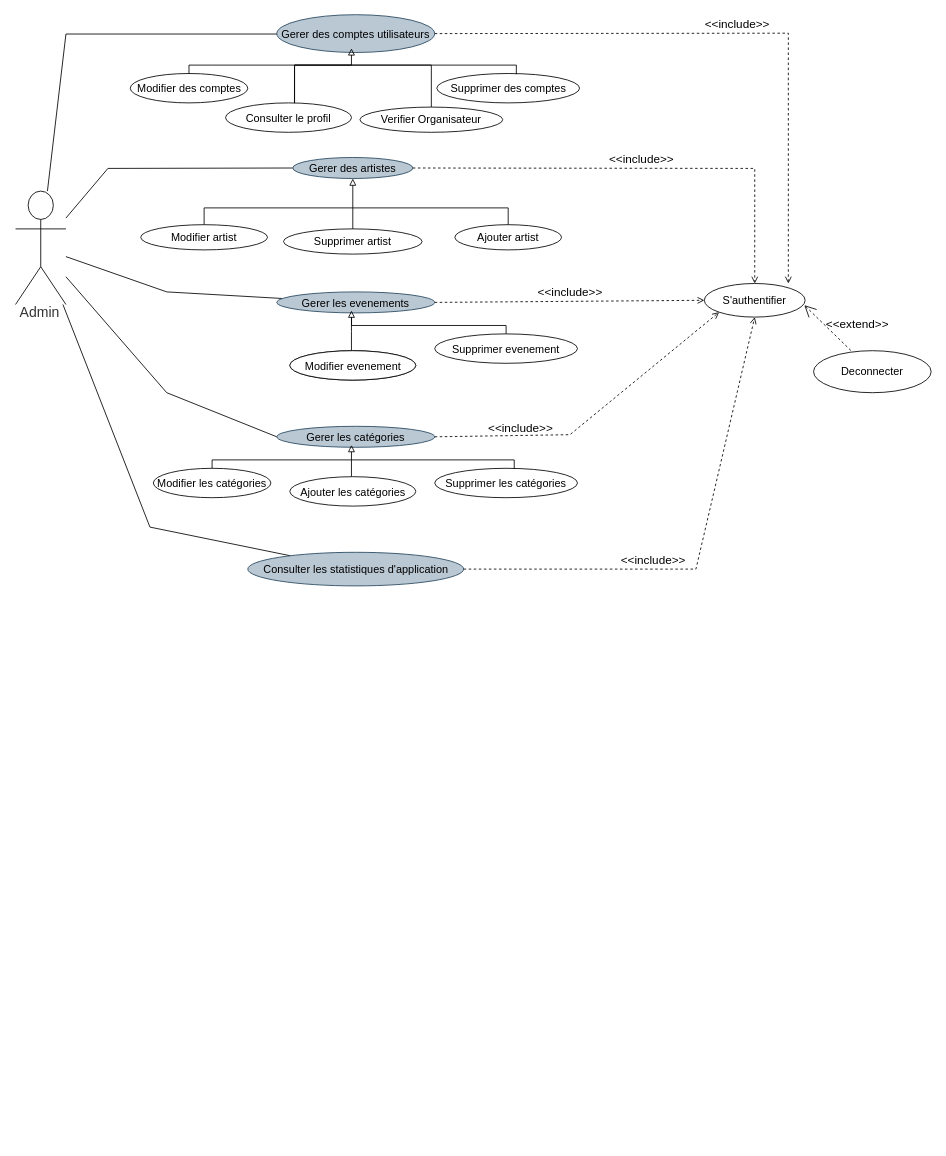
Earlier version of the draw.io diagram Diagram de cas utilisation/5-Admin_Vf.drawio (mohamedimem/event-). Source tidied: cells renumbered, new cells numbered last; positions are measured from the earlier drawing's top-left corner, leaving out a move shared by most shapes. Both pictures are drawn from the tidied source at 84%, with x=0, y=0 at pixel (15, 14).
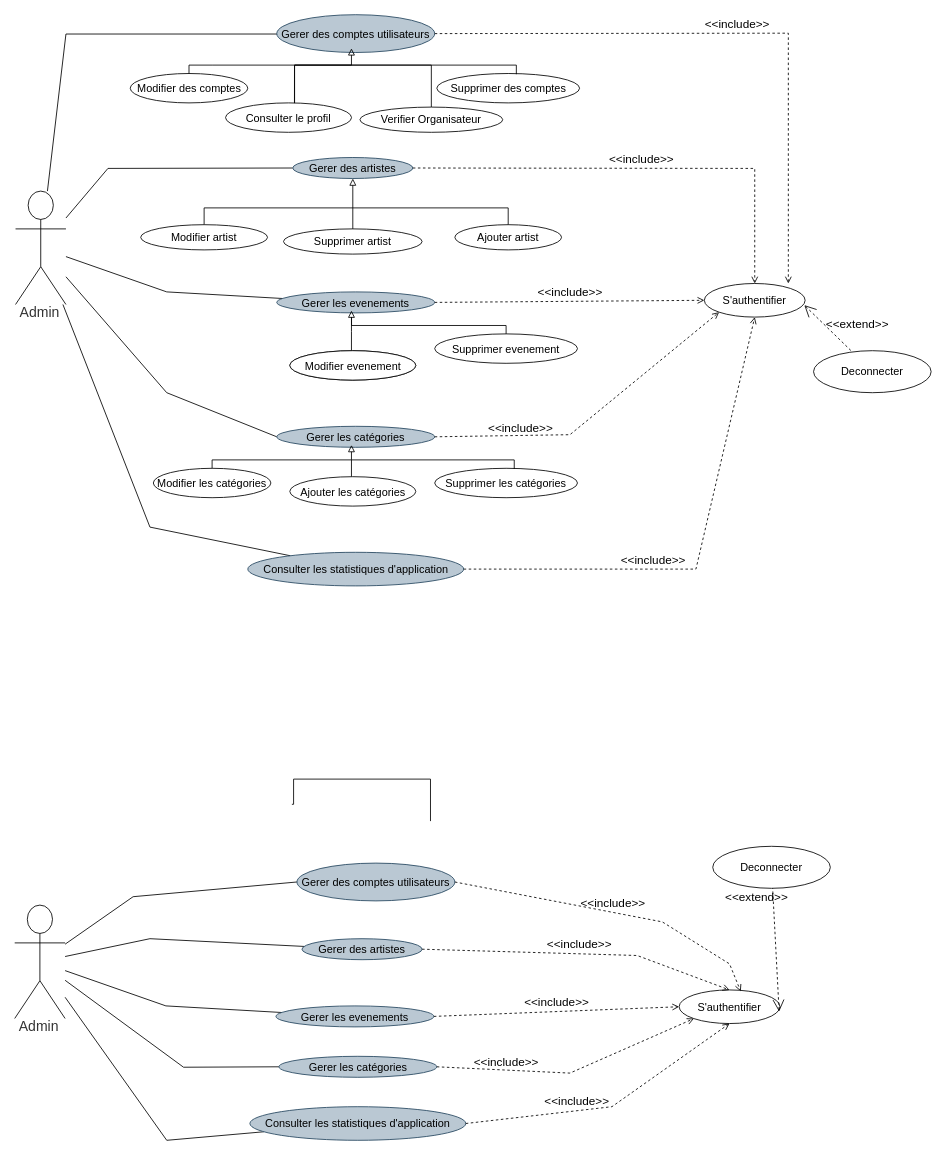
The same page after the edit.

Commit message:
Mettre à jour 5-Admin_Vf.drawio

What changed in the source:
```diff
@@
+    <mxCell id="43" style="edgeStyle=none;rounded=0;jettySize=auto;html=1;fontSize=14;endArrow=none;endFill=0;entryX=0;entryY=0.5;entryDx=0;entryDy=0;" parent="1" edge="1" source="44" target="45">
+      <mxGeometry relative="1" as="geometry">
+        <Array as="points">
+          <mxPoint x="140" y="1050" />
+        </Array>
+      </mxGeometry>
+    </mxCell>
+    <mxCell id="44" value="Admin" style="html=1;overflow=block;blockSpacing=1;shape=umlActor;labelPosition=center;verticalLabelPosition=bottom;verticalAlign=top;whiteSpace=nowrap;fontSize=16.7;fontColor=#333333;align=center;spacing=0;strokeColor=#000000;strokeOpacity=100;rounded=1;absoluteArcSize=1;arcSize=9;strokeWidth=1;lucidId=TCmtfz8hAuSR;" parent="1" vertex="1">
+      <mxGeometry x="-1" y="1060" width="60" height="135" as="geometry" />
+    </mxCell>
+    <mxCell id="45" value="Gerer des comptes utilisateurs" style="html=1;overflow=block;blockSpacing=1;whiteSpace=wrap;ellipse;fontSize=13;spacing=3.8;strokeColor=#23445d;strokeOpacity=100;rounded=1;absoluteArcSize=1;arcSize=9;strokeWidth=1;lucidId=2CmtHglSXUaJ;fillColor=#bac8d3;" parent="1" vertex="1">
+      <mxGeometry x="335" y="1010" width="188" height="45" as="geometry" />
+    </mxCell>
+    <mxCell id="46" style="edgeStyle=none;rounded=0;jettySize=auto;html=1;fontSize=14;endArrow=none;endFill=0;" parent="1" edge="1" source="47" target="44">
+      <mxGeometry relative="1" as="geometry">
+        <Array as="points">
+          <mxPoint x="180" y="1340" />
+        </Array>
+      </mxGeometry>
+    </mxCell>
+    <mxCell id="47" value="Consulter les  statistiques d'application" style="html=1;overflow=block;blockSpacing=1;whiteSpace=wrap;ellipse;fontSize=13;spacing=3.8;strokeColor=#23445d;strokeOpacity=100;rounded=1;absoluteArcSize=1;arcSize=9;strokeWidth=1;lucidId=4Cmtud14x5Y7;fillColor=#bac8d3;" parent="1" vertex="1">
+      <mxGeometry x="279" y="1300" width="257" height="40" as="geometry" />
+    </mxCell>
+    <mxCell id="48" style="edgeStyle=orthogonalEdgeStyle;rounded=0;orthogonalLoop=1;jettySize=auto;html=1;fontSize=14;endArrow=none;endFill=0;entryX=0.547;entryY=0.008;entryDx=0;entryDy=0;entryPerimeter=0;" parent="1" edge="1">
+      <mxGeometry relative="1" as="geometry">
+        <mxPoint x="494" y="960" as="sourcePoint" />
+        <mxPoint x="329" y="940" as="targetPoint" />
+        <Array as="points">
+          <mxPoint x="494" y="910" />
+          <mxPoint x="331" y="910" />
+        </Array>
+      </mxGeometry>
+    </mxCell>
+    <mxCell id="49" style="edgeStyle=none;rounded=0;jettySize=auto;html=1;fontSize=14;endArrow=none;endFill=0;" parent="1" edge="1" source="50" target="44">
+      <mxGeometry relative="1" as="geometry">
+        <Array as="points">
+          <mxPoint x="160" y="1100" />
+        </Array>
+      </mxGeometry>
+    </mxCell>
+    <mxCell id="50" value="Gerer des artistes" style="html=1;overflow=block;blockSpacing=1;whiteSpace=wrap;ellipse;fontSize=13;spacing=3.8;strokeColor=#23445d;strokeOpacity=100;rounded=1;absoluteArcSize=1;arcSize=9;strokeWidth=1;lucidId=9Cmt3dIYTxuM;fillColor=#bac8d3;" parent="1" vertex="1">
+      <mxGeometry x="341" y="1100" width="143" height="25" as="geometry" />
+    </mxCell>
+    <mxCell id="51" value="S'authentifier" style="html=1;overflow=block;blockSpacing=1;whiteSpace=wrap;ellipse;fontSize=13;spacing=3.8;strokeColor=#000000;strokeOpacity=100;rounded=1;absoluteArcSize=1;arcSize=9;strokeWidth=1;lucidId=XvitAHHM73nt;" parent="1" vertex="1">
+      <mxGeometry x="790" y="1161" width="120" height="40" as="geometry" />
+    </mxCell>
+    <mxCell id="52" value="Deconnecter" style="html=1;overflow=block;blockSpacing=1;whiteSpace=wrap;ellipse;fontSize=13;spacing=3.8;strokeColor=#000000;strokeOpacity=100;rounded=1;absoluteArcSize=1;arcSize=9;strokeWidth=1;lucidId=XvitmW9DInrr;" parent="1" vertex="1">
+      <mxGeometry x="830" y="990" width="140" height="50" as="geometry" />
+    </mxCell>
+    <mxCell id="53" style="edgeStyle=none;rounded=0;jettySize=auto;html=1;fontSize=14;endArrow=none;endFill=0;" parent="1" edge="1" source="54" target="44">
+      <mxGeometry relative="1" as="geometry">
+        <Array as="points">
+          <mxPoint x="179" y="1180" />
+        </Array>
+      </mxGeometry>
+    </mxCell>
+    <mxCell id="54" value="&lt;div&gt;Gerer les evenements&lt;/div&gt;" style="html=1;overflow=block;blockSpacing=1;whiteSpace=wrap;ellipse;fontSize=13;spacing=3.8;strokeColor=#23445d;strokeOpacity=100;rounded=1;absoluteArcSize=1;arcSize=9;strokeWidth=1;lucidId=2CmtHglSXUaJ;fillColor=#bac8d3;" parent="1" vertex="1">
+      <mxGeometry x="310" y="1180" width="188" height="25" as="geometry" />
+    </mxCell>
+    <mxCell id="55" style="edgeStyle=none;rounded=0;jettySize=auto;html=1;exitX=0;exitY=0.5;exitDx=0;exitDy=0;fontSize=14;endArrow=none;endFill=0;" parent="1" edge="1" source="56" target="44">
+      <mxGeometry relative="1" as="geometry">
+        <Array as="points">
+          <mxPoint x="200" y="1253" />
+        </Array>
+      </mxGeometry>
+    </mxCell>
+    <mxCell id="56" value="&lt;div&gt;Gerer les catégories&lt;/div&gt;" style="html=1;overflow=block;blockSpacing=1;whiteSpace=wrap;ellipse;fontSize=13;spacing=3.8;strokeColor=#23445d;strokeOpacity=100;rounded=1;absoluteArcSize=1;arcSize=9;strokeWidth=1;lucidId=2CmtHglSXUaJ;fillColor=#bac8d3;" parent="1" vertex="1">
+      <mxGeometry x="313.5" y="1240" width="188" height="25" as="geometry" />
+    </mxCell>
+    <mxCell id="57" value="&amp;lt;&amp;lt;include&amp;gt;&amp;gt;" style="html=1;verticalAlign=bottom;labelBackgroundColor=none;endArrow=open;endFill=0;dashed=1;rounded=0;fontSize=14;exitX=1;exitY=0.5;exitDx=0;exitDy=0;entryX=0.611;entryY=0.044;entryDx=0;entryDy=0;entryPerimeter=0;" parent="1" edge="1" source="45" target="51">
+      <mxGeometry relative="1" as="geometry">
+        <Array as="points">
+          <mxPoint x="770" y="1080" />
+          <mxPoint x="850" y="1130" />
+        </Array>
+      </mxGeometry>
+    </mxCell>
+    <mxCell id="58" value="&amp;lt;&amp;lt;include&amp;gt;&amp;gt;" style="html=1;verticalAlign=bottom;labelBackgroundColor=none;endArrow=open;endFill=0;dashed=1;rounded=0;fontSize=14;exitX=1;exitY=0.5;exitDx=0;exitDy=0;entryX=0.5;entryY=0;entryDx=0;entryDy=0;" parent="1" edge="1" source="50" target="51">
+      <mxGeometry relative="1" as="geometry">
+        <Array as="points">
+          <mxPoint x="740" y="1120" />
+        </Array>
+      </mxGeometry>
+    </mxCell>
+    <mxCell id="59" value="&amp;lt;&amp;lt;include&amp;gt;&amp;gt;" style="html=1;verticalAlign=bottom;labelBackgroundColor=none;endArrow=open;endFill=0;dashed=1;rounded=0;fontSize=14;exitX=1;exitY=0.5;exitDx=0;exitDy=0;entryX=0;entryY=0.5;entryDx=0;entryDy=0;" parent="1" edge="1" source="54" target="51">
+      <mxGeometry relative="1" as="geometry" />
+    </mxCell>
+    <mxCell id="60" value="&amp;lt;&amp;lt;include&amp;gt;&amp;gt;" style="html=1;verticalAlign=bottom;labelBackgroundColor=none;endArrow=open;endFill=0;dashed=1;rounded=0;fontSize=14;entryX=0;entryY=1;entryDx=0;entryDy=0;exitX=1;exitY=0.5;exitDx=0;exitDy=0;" parent="1" edge="1" source="56" target="51">
+      <mxGeometry x="-0.48" y="-2" relative="1" as="geometry">
+        <Array as="points">
+          <mxPoint x="660" y="1260" />
+        </Array>
+      </mxGeometry>
+    </mxCell>
+    <mxCell id="61" value="&amp;lt;&amp;lt;include&amp;gt;&amp;gt;" style="html=1;verticalAlign=bottom;labelBackgroundColor=none;endArrow=open;endFill=0;dashed=1;rounded=0;fontSize=14;entryX=0.5;entryY=1;entryDx=0;entryDy=0;exitX=1;exitY=0.5;exitDx=0;exitDy=0;" parent="1" edge="1" source="47" target="51">
+      <mxGeometry x="-0.23" relative="1" as="geometry">
+        <Array as="points">
+          <mxPoint x="710" y="1300" />
+        </Array>
+      </mxGeometry>
+    </mxCell>
+    <mxCell id="62" value="&amp;lt;&amp;lt;extend&amp;gt;&amp;gt;" style="edgeStyle=none;html=1;startArrow=open;endArrow=none;startSize=12;verticalAlign=bottom;dashed=1;labelBackgroundColor=none;rounded=0;fontSize=14;exitX=0.992;exitY=0.645;exitDx=0;exitDy=0;exitPerimeter=0;" parent="1" edge="1" source="51" target="52">
+      <mxGeometry x="0.71" y="20" relative="1" as="geometry" />
+    </mxCell>
```
